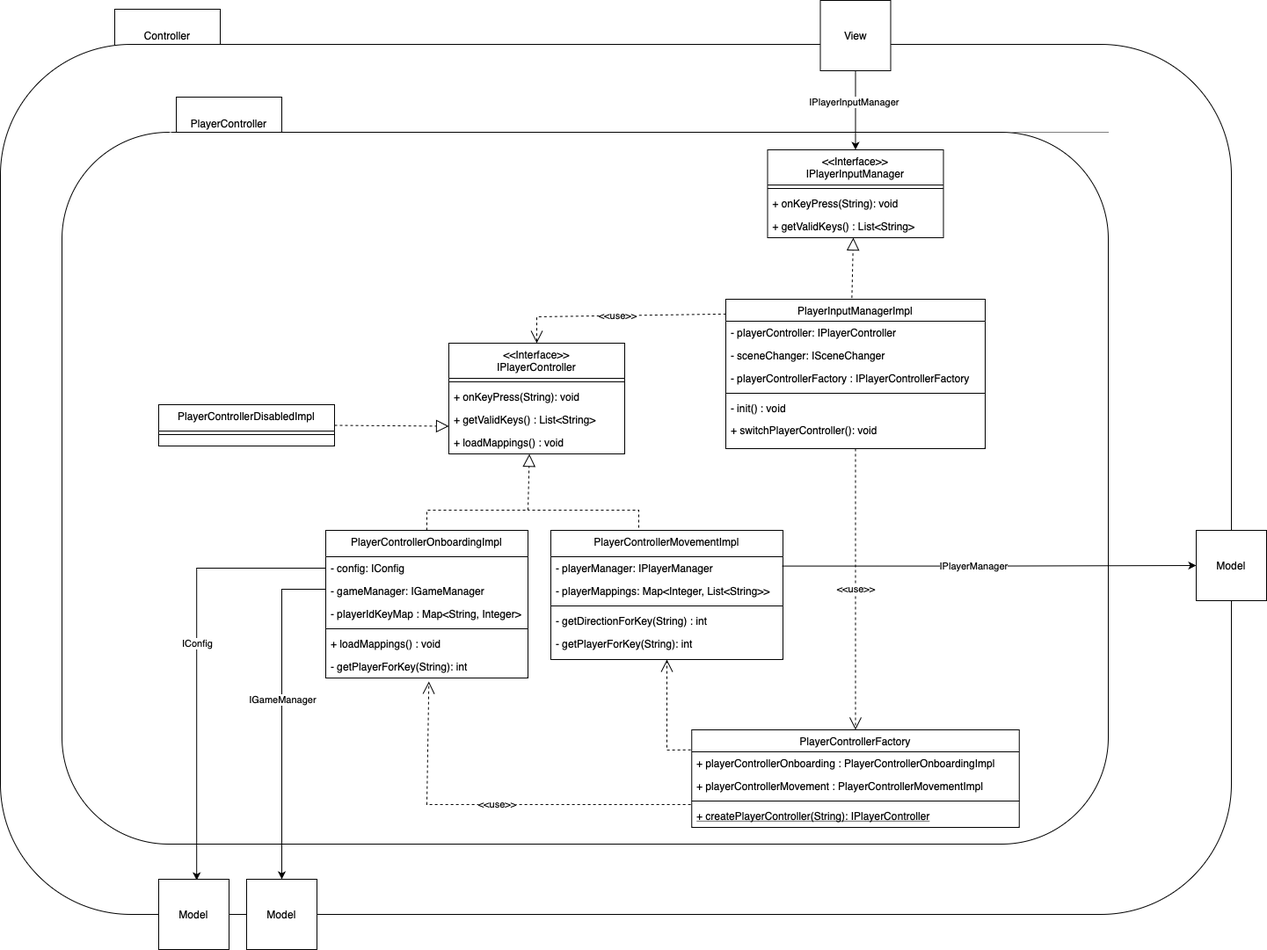
PrismFox/tron-game keeps this draw.io diagram as doku-game/PlayerController-ClassDiagramm.drawio.png. Above is the earlier version. Source tidied: cells renumbered, new cells last; positions are measured from the earlier drawing's top-left corner, leaving out a move shared by most shapes.
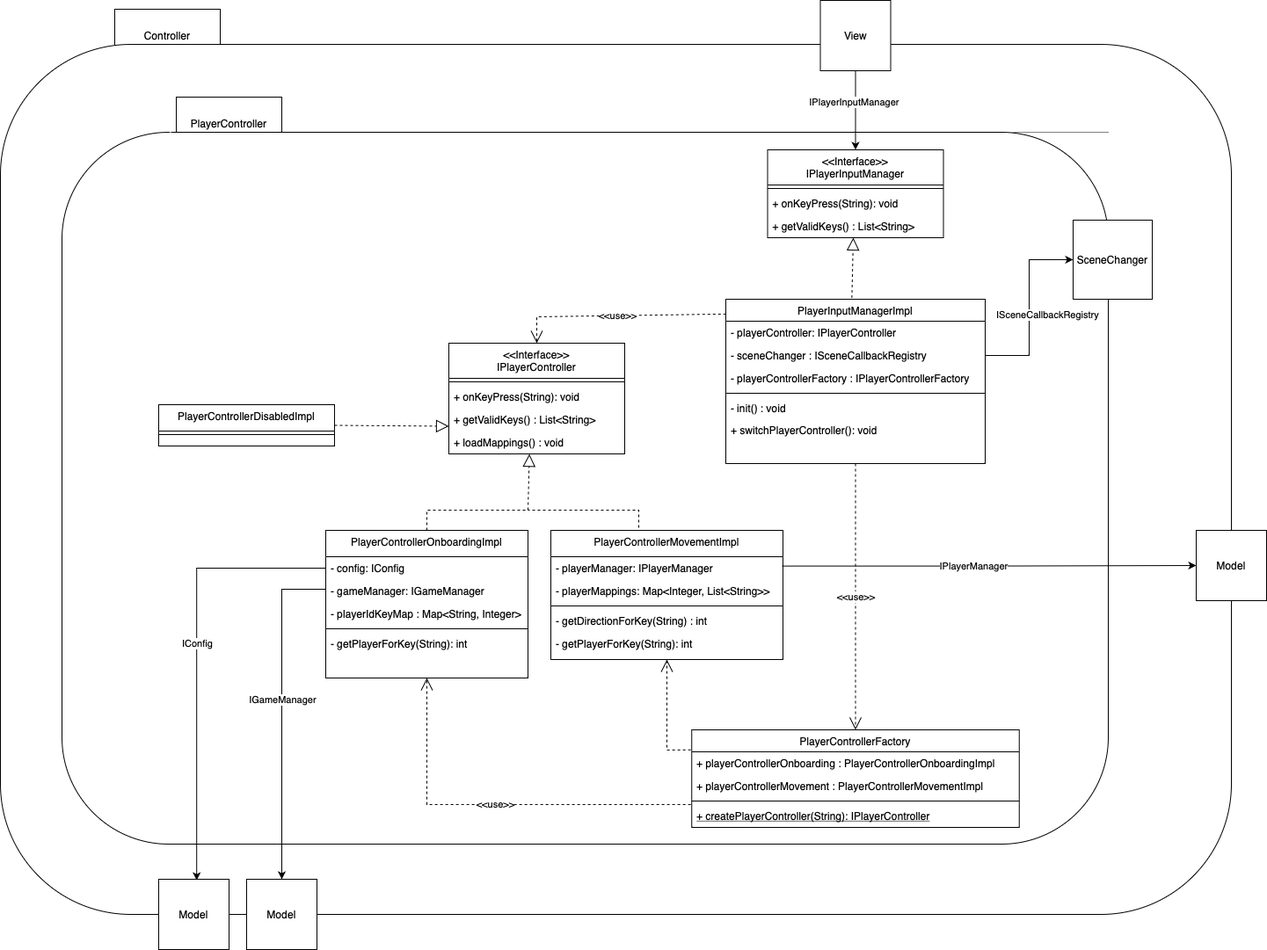
The same diagram one commit later.

The edit, as a diff of the source:
```diff
@@ -44,11 +44,8 @@
     <mxCell id="15" style="line;html=1;strokeWidth=1;align=left;verticalAlign=middle;spacingTop=-1;spacingLeft=3;spacingRight=3;labelPosition=right;" parent="11" vertex="1">
       <mxGeometry y="108" width="230" height="8" as="geometry" />
     </mxCell>
-    <mxCell id="16" value="+ loadMappings() : void" style="text;align=left;verticalAlign=top;spacingLeft=4;spacingRight=4;overflow=hidden;" parent="11" vertex="1">
-      <mxGeometry y="116" width="230" height="26" as="geometry" />
-    </mxCell>
     <mxCell id="17" value="- getPlayerForKey(String): int" style="text;align=left;verticalAlign=top;spacingLeft=4;spacingRight=4;overflow=hidden;points=[[0,0.5],[1,0.5]];portConstraint=eastwest;" parent="11" vertex="1">
-      <mxGeometry y="142" width="230" height="26" as="geometry" />
+      <mxGeometry y="116" width="230" height="26" as="geometry" />
     </mxCell>
     <mxCell id="18" style="endArrow=block;dashed=1;endFill=0;endSize=12;html=1;rounded=0;exitX=0.5;exitY=0;exitDx=0;exitDy=0;entryX=0.458;entryY=1.005;entryDx=0;entryDy=0;entryPerimeter=0;" parent="1" edge="1" source="11" target="10">
       <mxGeometry relative="1" as="geometry">
@@ -98,12 +95,12 @@
       </mxGeometry>
     </mxCell>
     <mxCell id="30" value="PlayerInputManagerImpl" style="swimlane;fontStyle=0;align=center;verticalAlign=top;horizontal=1;startSize=25;rounded=0;shadow=0;strokeWidth=1;" parent="1" vertex="1">
-      <mxGeometry x="825" y="340" width="295" height="170" as="geometry" />
+      <mxGeometry x="825" y="340" width="295" height="187" as="geometry" />
     </mxCell>
     <mxCell id="31" value="- playerController: IPlayerController" style="text;align=left;verticalAlign=top;spacingLeft=4;spacingRight=4;overflow=hidden;" parent="30" vertex="1">
       <mxGeometry y="25" width="295" height="26" as="geometry" />
     </mxCell>
-    <mxCell id="32" value="- sceneChanger: ISceneChanger" style="text;align=left;verticalAlign=top;spacingLeft=4;spacingRight=4;overflow=hidden;points=[[0,0.5],[1,0.5]];portConstraint=eastwest;" parent="30" vertex="1">
+    <mxCell id="32" value="- sceneChanger : ISceneCallbackRegistry" style="text;align=left;verticalAlign=top;spacingLeft=4;spacingRight=4;overflow=hidden;points=[[0,0.5],[1,0.5]];portConstraint=eastwest;" parent="30" vertex="1">
       <mxGeometry y="51" width="295" height="26" as="geometry" />
     </mxCell>
     <mxCell id="33" value="- playerControllerFactory : IPlayerControllerFactory" style="text;align=left;verticalAlign=top;spacingLeft=4;spacingRight=4;overflow=hidden;" parent="30" vertex="1">
@@ -133,7 +130,7 @@
     <mxCell id="41" value="+ createPlayerController(String): IPlayerController" style="text;align=left;verticalAlign=top;spacingLeft=4;spacingRight=4;overflow=hidden;points=[[0,0.5],[1,0.5]];portConstraint=eastwest;fontStyle=4;" parent="37" vertex="1">
       <mxGeometry y="85" width="372.5" height="26" as="geometry" />
     </mxCell>
-    <mxCell id="42" value="&amp;lt;&amp;lt;use&amp;gt;&amp;gt;" style="endArrow=open;endSize=12;dashed=1;html=1;rounded=0;exitX=-0.003;exitY=0;exitDx=0;exitDy=0;exitPerimeter=0;entryX=0.51;entryY=1.154;entryDx=0;entryDy=0;entryPerimeter=0;" parent="1" edge="1" source="41" target="17">
+    <mxCell id="42" value="&amp;lt;&amp;lt;use&amp;gt;&amp;gt;" style="endArrow=open;endSize=12;dashed=1;html=1;rounded=0;exitX=-0.003;exitY=0;exitDx=0;exitDy=0;exitPerimeter=0;entryX=0.5;entryY=1;entryDx=0;entryDy=0;" parent="1" edge="1" source="41" target="11">
       <mxGeometry relative="1" as="geometry">
         <Array as="points">
           <mxPoint x="485" y="915" />
@@ -209,5 +206,16 @@
     <mxCell id="61" value="IPlayerManager" style="edgeLabel;html=1;align=center;verticalAlign=middle;" parent="60" vertex="1">
       <mxGeometry x="-0.07" relative="1" as="geometry" />
     </mxCell>
+    <mxCell id="62" value="SceneChanger" style="whiteSpace=wrap;html=1;" parent="1" vertex="1">
+      <mxGeometry x="1220" y="250" width="90" height="90" as="geometry" />
+    </mxCell>
+    <mxCell id="63" style="edgeStyle=orthogonalEdgeStyle;rounded=0;jettySize=auto;html=1;entryX=0;entryY=0.5;entryDx=0;entryDy=0;" parent="1" edge="1" source="32" target="62">
+      <mxGeometry relative="1" as="geometry" />
+    </mxCell>
+    <mxCell id="64" value="ISceneCallbackRegistry" style="edgeLabel;html=1;align=center;verticalAlign=middle;" parent="63" vertex="1">
+      <mxGeometry x="-0.07" relative="1" as="geometry">
+        <mxPoint x="20" as="offset" />
+      </mxGeometry>
+    </mxCell>
   </root>
 </mxGraphModel>
```
